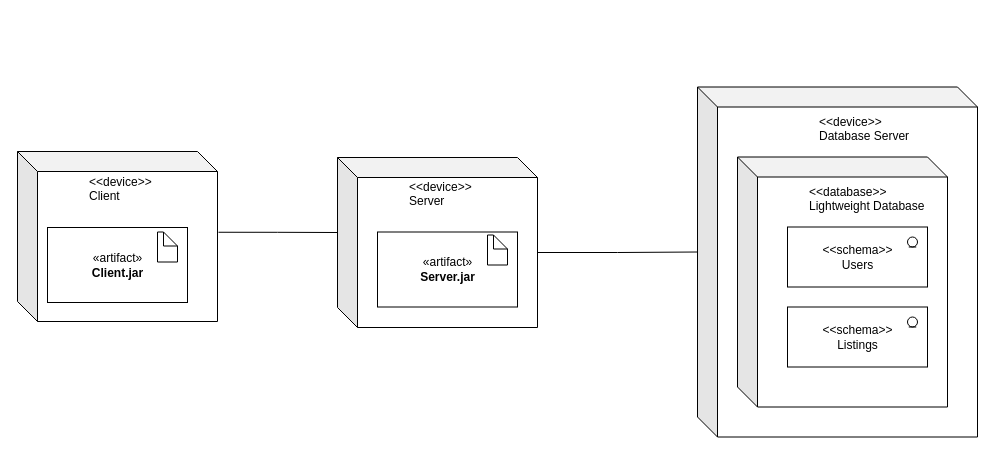
ryan-holt/ENSF480FinalProject keeps this draw.io diagram as DeploymentDiagram.drawio. Above is the earlier version. Source tidied: cells renumbered, new cells numbered last; positions are measured from the earlier drawing's top-left corner, leaving out a move shared by most shapes. Both pictures are drawn from the tidied source at 100%, with x=0, y=0 at pixel (17, 87).
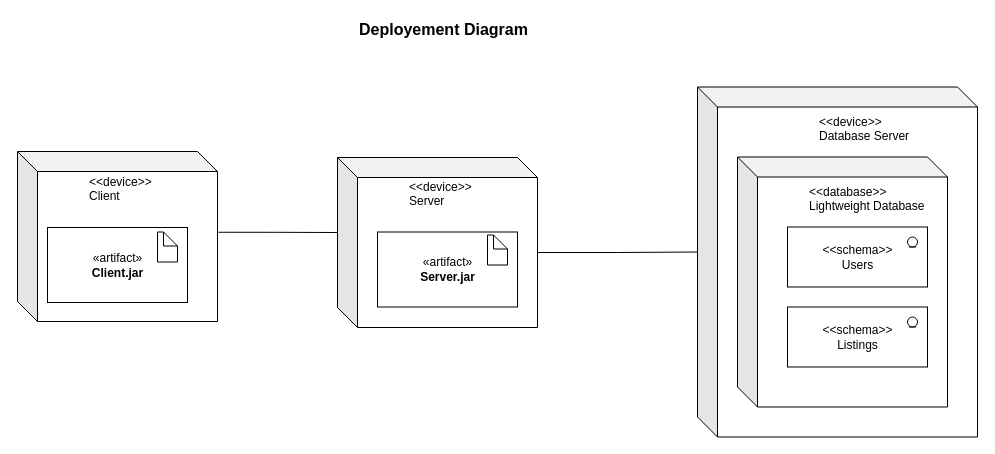
Above is the later version.

The edit, as a diff of the source:
```diff
@@
+    <mxCell id="20" value="&lt;font style=&quot;font-size: 16px&quot;&gt;&lt;b&gt;Deployement Diagram&lt;/b&gt;&lt;/font&gt;" style="text;html=1;align=left;verticalAlign=top;spacingTop=-4;" parent="1" vertex="1">
+      <mxGeometry x="340" y="-70" width="180" height="20" as="geometry" />
+    </mxCell>
```
